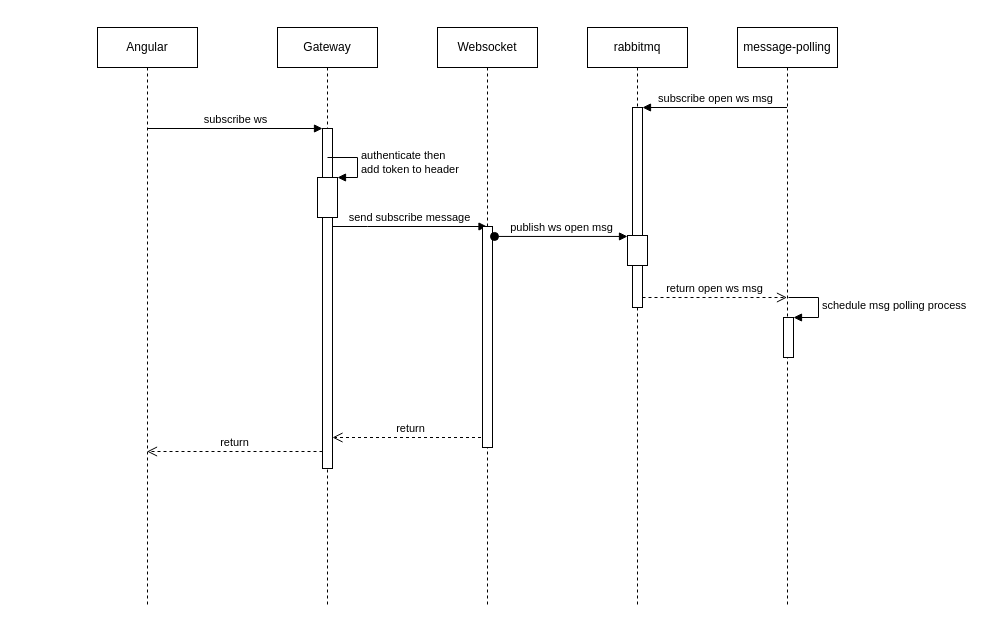
Before: anfular-websoket-gateway.drawio in phquoc25/diagram, a draw.io diagram. Source tidied: cells renumbered, new cells numbered last; positions are measured from the earlier drawing's top-left corner, leaving out a move shared by most shapes. Both pictures are drawn from the tidied source at 100%, with x=0, y=0 at pixel (97, 27).
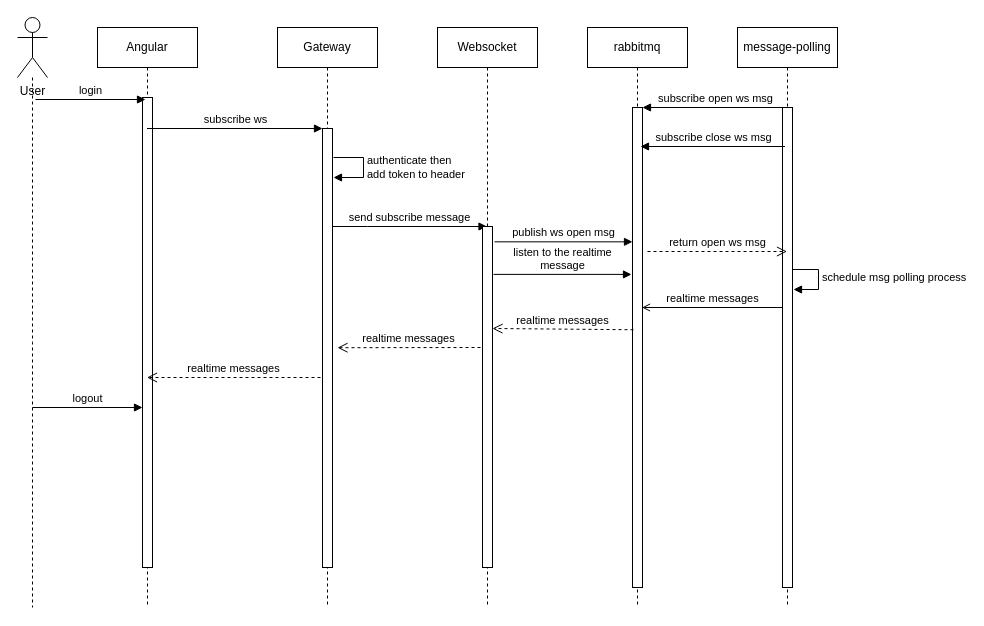
The same diagram, later.

The change refers to these unchanged cells:
```xml
<mxCell id="2" value="Angular" style="shape=umlLifeline;perimeter=lifelinePerimeter;whiteSpace=wrap;html=1;outlineConnect=0;" parent="1" vertex="1">
  <mxGeometry width="100" height="580" as="geometry" />
</mxCell>
<mxCell id="3" value="Gateway" style="shape=umlLifeline;perimeter=lifelinePerimeter;whiteSpace=wrap;html=1;" parent="1" vertex="1">
  <mxGeometry x="180" width="100" height="580" as="geometry" />
</mxCell>
<mxCell id="9" value="Websocket" style="shape=umlLifeline;perimeter=lifelinePerimeter;whiteSpace=wrap;html=1;outlineConnect=0;" parent="1" vertex="1">
  <mxGeometry x="340" width="100" height="580" as="geometry" />
</mxCell>
<mxCell id="11" value="message-polling" style="shape=umlLifeline;perimeter=lifelinePerimeter;whiteSpace=wrap;html=1;outlineConnect=0;" parent="1" vertex="1">
  <mxGeometry x="640" width="100" height="580" as="geometry" />
</mxCell>
<mxCell id="16" value="rabbitmq" style="shape=umlLifeline;perimeter=lifelinePerimeter;whiteSpace=wrap;html=1;" parent="1" vertex="1">
  <mxGeometry x="490" width="100" height="580" as="geometry" />
</mxCell>
```

What changed in the source:
```diff
@@
+    <mxCell id="22" style="html=1;perimeter=orthogonalPerimeter;" parent="2" vertex="1">
+      <mxGeometry x="45" y="70" width="10" height="470" as="geometry" />
+    </mxCell>
+    <mxCell id="23" value="logout" style="html=1;verticalAlign=bottom;endArrow=block;rounded=0;" parent="2" edge="1">
+      <mxGeometry relative="1" as="geometry">
+        <mxPoint x="-65" y="380" as="sourcePoint" />
+        <mxPoint x="45" y="380" as="targetPoint" />
+      </mxGeometry>
+    </mxCell>
@@
     <mxCell id="4" style="html=1;points=[];perimeter=orthogonalPerimeter;" parent="3" vertex="1">
-      <mxGeometry x="45" y="101" width="10" height="340" as="geometry" />
+      <mxGeometry x="45" y="101" width="10" height="439" as="geometry" />
     </mxCell>
-    <mxCell id="5" style="html=1;points=[];perimeter=orthogonalPerimeter;" parent="3" vertex="1">
-      <mxGeometry x="40" y="150" width="20" height="40" as="geometry" />
-    </mxCell>
-    <mxCell id="6" value="&lt;div&gt;authenticate then &lt;br&gt;&lt;/div&gt;&lt;div&gt;add token to header&lt;/div&gt;" style="edgeStyle=orthogonalEdgeStyle;html=1;align=left;spacingLeft=2;endArrow=block;rounded=0;entryX=1;entryY=0;" parent="3" edge="1" target="5">
+    <mxCell id="6" value="&lt;div&gt;authenticate then &lt;br&gt;&lt;/div&gt;&lt;div&gt;add token to header&lt;/div&gt;" style="edgeStyle=orthogonalEdgeStyle;html=1;align=left;spacingLeft=2;endArrow=block;rounded=0;" parent="3" edge="1">
       <mxGeometry relative="1" as="geometry">
-        <mxPoint x="50" y="130" as="sourcePoint" />
+        <mxPoint x="56" y="130" as="sourcePoint" />
+        <mxPoint x="56" y="150" as="targetPoint" />
         <Array as="points">
-          <mxPoint x="80" y="130" />
+          <mxPoint x="86" y="130" />
         </Array>
       </mxGeometry>
     </mxCell>
@@
-    <mxCell id="8" value="return" style="html=1;verticalAlign=bottom;endArrow=open;dashed=1;endSize=8;rounded=0;" parent="3" edge="1" source="9">
-      <mxGeometry relative="1" as="geometry">
-        <mxPoint x="55" y="410" as="targetPoint" />
-      </mxGeometry>
-    </mxCell>
@@
     <mxCell id="10" style="html=1;points=[];perimeter=orthogonalPerimeter;" parent="9" vertex="1">
-      <mxGeometry x="45" y="199" width="10" height="221" as="geometry" />
+      <mxGeometry x="45" y="199" width="10" height="341" as="geometry" />
     </mxCell>
@@
-    <mxCell id="12" style="html=1;points=[];perimeter=orthogonalPerimeter;" parent="11" vertex="1">
-      <mxGeometry x="46" y="290" width="10" height="40" as="geometry" />
-    </mxCell>
-    <mxCell id="13" value="schedule msg polling process" style="edgeStyle=orthogonalEdgeStyle;html=1;align=left;spacingLeft=2;endArrow=block;rounded=0;entryX=1;entryY=0;" parent="11" edge="1" target="12">
+    <mxCell id="13" value="schedule msg polling process" style="edgeStyle=orthogonalEdgeStyle;html=1;align=left;spacingLeft=2;endArrow=block;rounded=0;entryX=1;entryY=0;" parent="11" edge="1">
       <mxGeometry relative="1" as="geometry">
-        <mxPoint x="51" y="270" as="sourcePoint" />
+        <mxPoint x="51" y="242" as="sourcePoint" />
+        <mxPoint x="56" y="262" as="targetPoint" />
         <Array as="points">
-          <mxPoint x="81" y="270" />
+          <mxPoint x="81" y="242" />
         </Array>
       </mxGeometry>
     </mxCell>
-    <mxCell id="14" value="return" style="html=1;verticalAlign=bottom;endArrow=open;dashed=1;endSize=8;exitX=0;exitY=0.95;rounded=0;" parent="1" edge="1" source="4">
-      <mxGeometry relative="1" as="geometry">
-        <mxPoint x="49.5" y="424" as="targetPoint" />
-      </mxGeometry>
-    </mxCell>
+    <mxCell id="24" style="html=1;perimeter=orthogonalPerimeter;" parent="11" vertex="1">
+      <mxGeometry x="45" y="80" width="10" height="480" as="geometry" />
+    </mxCell>
@@
     <mxCell id="17" style="html=1;points=[];perimeter=orthogonalPerimeter;" parent="16" vertex="1">
-      <mxGeometry x="45" y="80" width="10" height="200" as="geometry" />
+      <mxGeometry x="45" y="80" width="10" height="480" as="geometry" />
     </mxCell>
-    <mxCell id="18" style="html=1;points=[];perimeter=orthogonalPerimeter;" parent="16" vertex="1">
-      <mxGeometry x="40" y="208" width="20" height="30" as="geometry" />
-    </mxCell>
-    <mxCell id="19" value="publish ws open msg" style="html=1;verticalAlign=bottom;startArrow=oval;endArrow=block;startSize=8;rounded=0;exitX=1.2;exitY=0.045;exitDx=0;exitDy=0;exitPerimeter=0;" parent="1" edge="1" source="10" target="18">
+    <mxCell id="19" value="publish ws open msg" style="html=1;verticalAlign=bottom;startArrow=none;endArrow=block;startSize=8;rounded=0;exitX=1.2;exitY=0.045;exitDx=0;exitDy=0;exitPerimeter=0;startFill=0;" parent="1" edge="1" source="10" target="17">
       <mxGeometry relative="1" as="geometry" />
     </mxCell>
@@
-    <mxCell id="21" value="return open ws msg" style="html=1;verticalAlign=bottom;endArrow=open;dashed=1;endSize=8;exitX=1;exitY=0.95;rounded=0;" parent="1" edge="1" source="17" target="11">
-      <mxGeometry relative="1" as="geometry" />
+    <mxCell id="21" value="return open ws msg" style="html=1;verticalAlign=bottom;endArrow=open;dashed=1;endSize=8;rounded=0;" parent="1" edge="1">
+      <mxGeometry relative="1" as="geometry">
+        <mxPoint x="550" y="224" as="sourcePoint" />
+        <mxPoint x="689.5" y="224" as="targetPoint" />
+      </mxGeometry>
     </mxCell>
+    <mxCell id="25" value="realtime messages" style="html=1;verticalAlign=bottom;endArrow=open;rounded=0;" parent="1" edge="1">
+      <mxGeometry relative="1" as="geometry">
+        <mxPoint x="685" y="280" as="sourcePoint" />
+        <mxPoint x="544.5" y="280" as="targetPoint" />
+      </mxGeometry>
+    </mxCell>
+    <mxCell id="26" value="subscribe close ws msg" style="html=1;verticalAlign=bottom;endArrow=block;entryX=1;entryY=0;rounded=0;" parent="1" edge="1">
+      <mxGeometry relative="1" as="geometry">
+        <mxPoint x="687.5" y="119" as="sourcePoint" />
+        <mxPoint x="543" y="119" as="targetPoint" />
+      </mxGeometry>
+    </mxCell>
+    <mxCell id="27" value="realtime messages" style="html=1;verticalAlign=bottom;endArrow=open;dashed=1;endSize=8;rounded=0;exitX=0.1;exitY=0.463;exitDx=0;exitDy=0;exitPerimeter=0;" parent="1" edge="1" source="17">
+      <mxGeometry relative="1" as="geometry">
+        <mxPoint x="395" y="301" as="targetPoint" />
+      </mxGeometry>
+    </mxCell>
+    <mxCell id="28" value="&lt;div&gt;listen to the realtime &lt;br&gt;&lt;/div&gt;&lt;div&gt;message&lt;/div&gt;" style="html=1;verticalAlign=bottom;startArrow=none;endArrow=block;startSize=8;rounded=0;exitX=1.2;exitY=0.045;exitDx=0;exitDy=0;exitPerimeter=0;startFill=0;" parent="1" edge="1">
+      <mxGeometry relative="1" as="geometry">
+        <mxPoint x="396" y="246.9" as="sourcePoint" />
+        <mxPoint x="534" y="246.9" as="targetPoint" />
+      </mxGeometry>
+    </mxCell>
+    <mxCell id="29" value="realtime messages" style="html=1;verticalAlign=bottom;endArrow=open;dashed=1;endSize=8;rounded=0;exitX=0.5;exitY=0.46;exitDx=0;exitDy=0;exitPerimeter=0;" parent="1" edge="1">
+      <mxGeometry relative="1" as="geometry">
+        <mxPoint x="383" y="320" as="sourcePoint" />
+        <mxPoint x="240" y="320.2" as="targetPoint" />
+      </mxGeometry>
+    </mxCell>
+    <mxCell id="30" value="realtime messages" style="html=1;verticalAlign=bottom;endArrow=open;dashed=1;endSize=8;rounded=0;exitX=0.5;exitY=0.46;exitDx=0;exitDy=0;exitPerimeter=0;" parent="1" edge="1" target="2">
+      <mxGeometry relative="1" as="geometry">
+        <mxPoint x="223" y="350" as="sourcePoint" />
+      </mxGeometry>
+    </mxCell>
+    <mxCell id="31" style="edgeStyle=orthogonalEdgeStyle;rounded=0;jettySize=auto;html=1;startArrow=none;startFill=0;endArrow=none;endFill=0;dashed=1;" parent="1" edge="1" source="32">
+      <mxGeometry relative="1" as="geometry">
+        <mxPoint x="-65" y="580" as="targetPoint" />
+      </mxGeometry>
+    </mxCell>
+    <mxCell id="32" value="User" style="shape=umlActor;verticalLabelPosition=bottom;verticalAlign=top;html=1;" parent="1" vertex="1">
+      <mxGeometry x="-80" y="-10" width="30" height="60" as="geometry" />
+    </mxCell>
+    <mxCell id="33" value="login" style="html=1;verticalAlign=bottom;endArrow=block;rounded=0;" parent="1" edge="1">
+      <mxGeometry relative="1" as="geometry">
+        <mxPoint x="-62" y="72" as="sourcePoint" />
+        <mxPoint x="48" y="72" as="targetPoint" />
+      </mxGeometry>
+    </mxCell>
```
